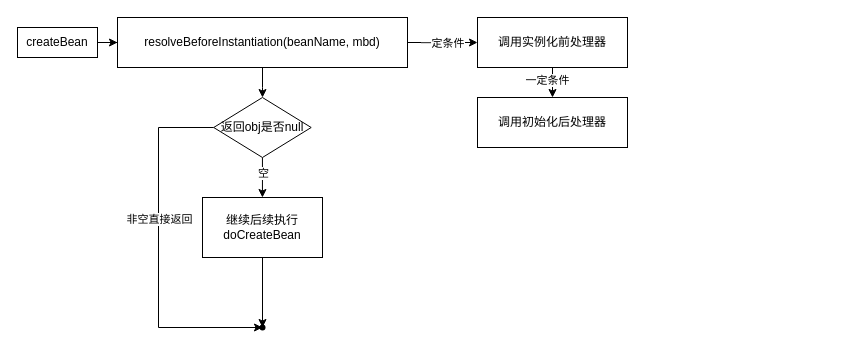
This is Bean生命周期.drawio from nullptr0xf/drawio, a draw.io file, before an edit. Source tidied: cells renumbered, new cells numbered last; positions are measured from the earlier drawing's top-left corner, leaving out a move shared by most shapes. Both pictures are drawn from the tidied source at 100%, with x=0, y=0 at pixel (17, 17).
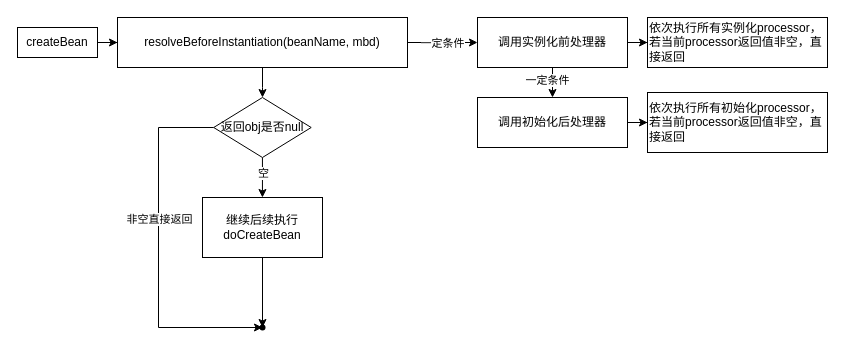
The same page after the edit.

Unchanged cells that the change refers to:
```xml
<mxCell id="10" value="调用实例化前处理器" style="whiteSpace=wrap;html=1;rounded=0;" parent="1" vertex="1">
  <mxGeometry x="460" width="150" height="50" as="geometry" />
</mxCell>
<mxCell id="11" value="调用初始化后处理器" style="whiteSpace=wrap;html=1;rounded=0;" parent="1" vertex="1">
  <mxGeometry x="460" y="80" width="150" height="50" as="geometry" />
</mxCell>
```

The edit, as a diff of the source:
```diff
@@
+    <mxCell id="20" style="edgeStyle=orthogonalEdgeStyle;rounded=0;jettySize=auto;html=1;" parent="1" edge="1" source="10" target="22">
+      <mxGeometry relative="1" as="geometry" />
+    </mxCell>
@@
+    <mxCell id="21" style="edgeStyle=orthogonalEdgeStyle;rounded=0;jettySize=auto;html=1;" parent="1" edge="1" source="11" target="23">
+      <mxGeometry relative="1" as="geometry" />
+    </mxCell>
@@
+    <mxCell id="22" value="依次执行所有实例化processor，&lt;br&gt;若当前processor返回值非空，直接返回" style="whiteSpace=wrap;html=1;rounded=0;align=left;" parent="1" vertex="1">
+      <mxGeometry x="630" width="180" height="50" as="geometry" />
+    </mxCell>
+    <mxCell id="23" value="依次执行所有初始化processor，&lt;br style=&quot;border-color: var(--border-color);&quot;&gt;若当前processor返回值非空，直接返回" style="whiteSpace=wrap;html=1;rounded=0;align=left;" parent="1" vertex="1">
+      <mxGeometry x="630" y="75" width="180" height="60" as="geometry" />
+    </mxCell>
```
